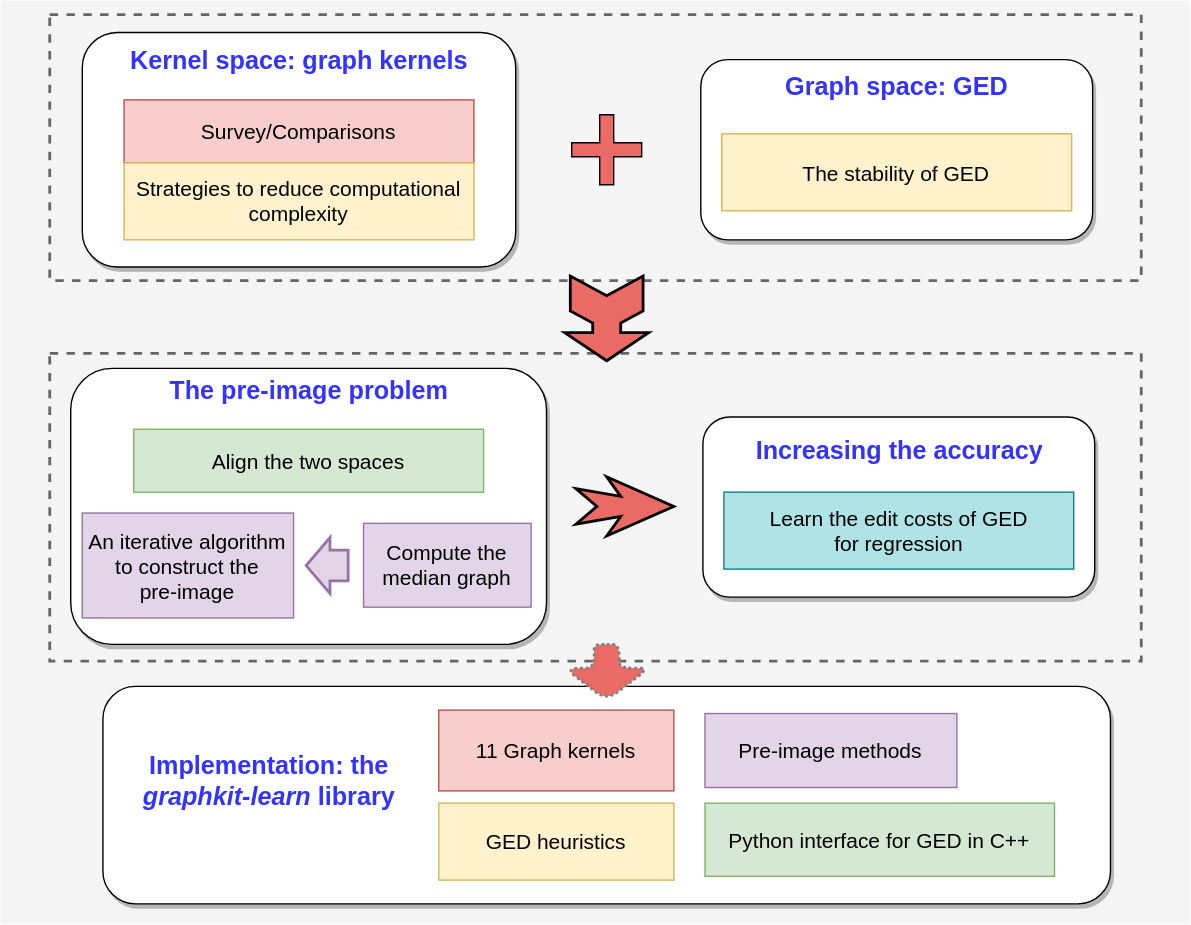
Earlier version of the draw.io export conclusion.svg (jajupmochi/phd_thesis). Source tidied: cells renumbered, new cells last; positions are measured from the earlier drawing's top-left corner, leaving out a move shared by most shapes.
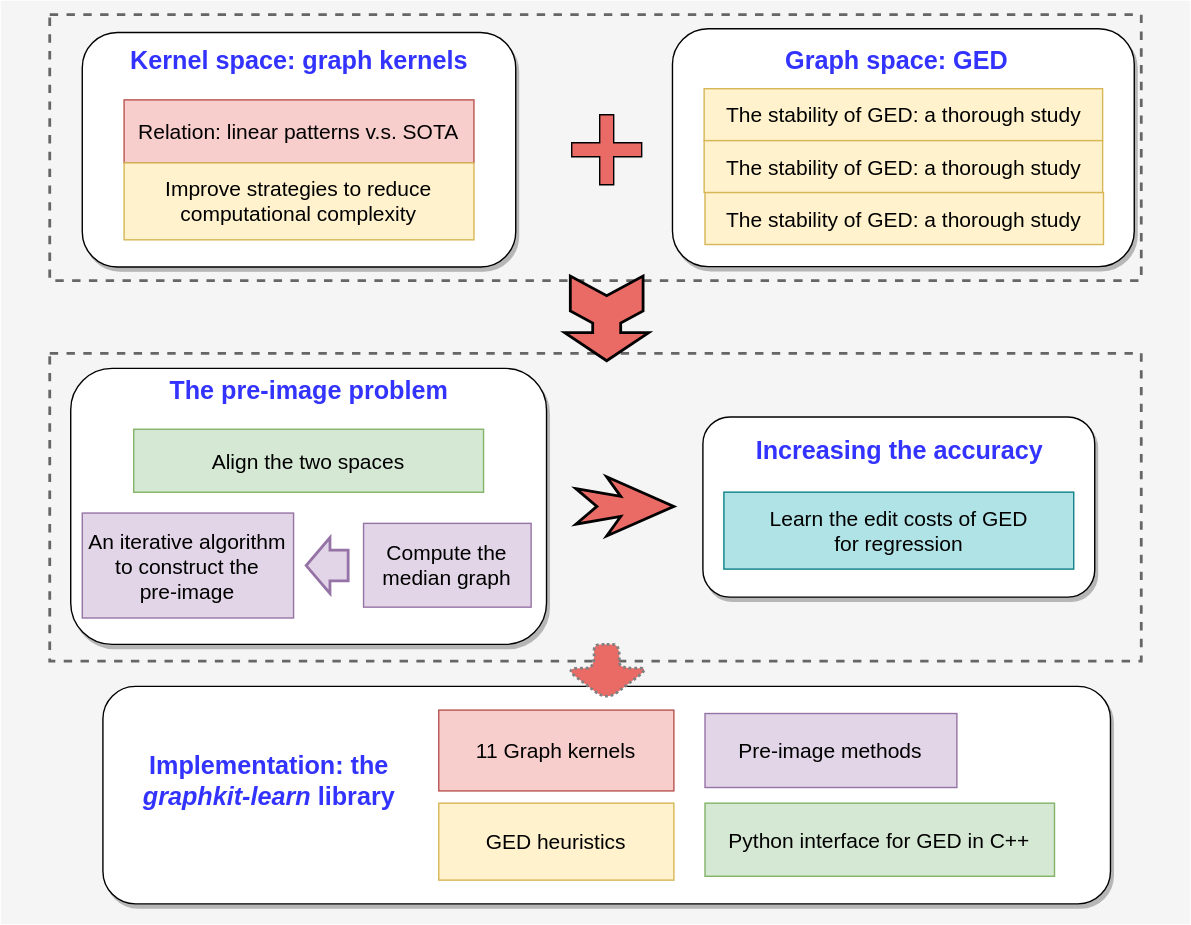
Later version of the same file.

Diff of the diagram source:
```diff
@@ -14,20 +14,20 @@
     <mxCell id="5" value="&lt;h1 style=&quot;font-size: 18px&quot;&gt;Kernel space: graph kernels&lt;br&gt;&lt;/h1&gt;" style="text;html=1;strokeColor=none;fillColor=none;spacing=5;spacingTop=-20;whiteSpace=wrap;overflow=hidden;rounded=0;shadow=1;glass=0;dashed=1;sketch=0;align=center;verticalAlign=middle;fontColor=#3333FF;" parent="1" vertex="1">
       <mxGeometry x="61.9" y="18.1" width="302.5" height="70" as="geometry" />
     </mxCell>
-    <mxCell id="6" value="&lt;font style=&quot;font-size: 15px&quot;&gt;Survey/Comparisons&lt;/font&gt;" style="text;html=1;align=center;verticalAlign=middle;whiteSpace=wrap;rounded=0;shadow=0;glass=0;sketch=0;fillColor=#f8cecc;strokeColor=#b85450;" parent="1" vertex="1">
+    <mxCell id="6" value="&lt;font style=&quot;font-size: 15px&quot;&gt;Relation: linear patterns v.s. SOTA&lt;br&gt;&lt;/font&gt;" style="text;html=1;align=center;verticalAlign=middle;whiteSpace=wrap;rounded=0;shadow=0;glass=0;sketch=0;fillColor=#f8cecc;strokeColor=#b85450;" parent="1" vertex="1">
       <mxGeometry x="88.1" y="70.9" width="250" height="45" as="geometry" />
     </mxCell>
-    <mxCell id="7" value="&lt;div&gt;&lt;font style=&quot;font-size: 15px&quot;&gt;Strategies to reduce computational&lt;/font&gt;&lt;/div&gt;&lt;div&gt;&lt;font style=&quot;font-size: 15px&quot;&gt; complexity&lt;/font&gt;&lt;/div&gt;" style="text;html=1;align=center;verticalAlign=middle;whiteSpace=wrap;rounded=0;shadow=0;glass=0;sketch=0;fillColor=#fff2cc;strokeColor=#d6b656;" parent="1" vertex="1">
+    <mxCell id="7" value="&lt;div&gt;&lt;font style=&quot;font-size: 15px&quot;&gt;Improve strategies to reduce&lt;/font&gt;&lt;/div&gt;&lt;div&gt;&lt;font style=&quot;font-size: 15px&quot;&gt;computational &lt;/font&gt;&lt;font style=&quot;font-size: 15px&quot;&gt;complexity&lt;/font&gt;&lt;/div&gt;" style="text;html=1;align=center;verticalAlign=middle;whiteSpace=wrap;rounded=0;shadow=0;glass=0;sketch=0;fillColor=#fff2cc;strokeColor=#d6b656;" parent="1" vertex="1">
       <mxGeometry x="88.1" y="115.9" width="250" height="55" as="geometry" />
     </mxCell>
     <mxCell id="8" style="rounded=1;whiteSpace=wrap;html=1;shadow=1;glass=0;sketch=0;strokeColor=#000000;fillColor=#ffffff;align=left;" parent="1" vertex="1">
-      <mxGeometry x="500.2" y="42.1" width="280" height="128.8" as="geometry" />
+      <mxGeometry x="480" y="20" width="330" height="170" as="geometry" />
     </mxCell>
     <mxCell id="9" value="&lt;h1 style=&quot;font-size: 18px&quot;&gt;Graph space: GED&lt;br&gt;&lt;/h1&gt;" style="text;html=1;strokeColor=none;fillColor=none;spacing=5;spacingTop=-20;whiteSpace=wrap;overflow=hidden;rounded=0;shadow=1;glass=0;dashed=1;sketch=0;align=center;verticalAlign=middle;fontColor=#3333FF;" parent="1" vertex="1">
-      <mxGeometry x="489" y="37.2" width="302.5" height="70" as="geometry" />
+      <mxGeometry x="489" y="18.1" width="302.5" height="70" as="geometry" />
     </mxCell>
-    <mxCell id="10" value="&lt;font style=&quot;font-size: 15px&quot;&gt;The stability of GED&lt;/font&gt;" style="text;html=1;align=center;verticalAlign=middle;whiteSpace=wrap;rounded=0;shadow=0;glass=0;sketch=0;fillColor=#fff2cc;strokeColor=#d6b656;" parent="1" vertex="1">
-      <mxGeometry x="515.2" y="95.1" width="250" height="55" as="geometry" />
+    <mxCell id="10" value="&lt;div&gt;&lt;font style=&quot;font-size: 15px&quot;&gt;The stability of GED: a thorough study&lt;/font&gt;&lt;/div&gt;" style="text;html=1;align=center;verticalAlign=middle;whiteSpace=wrap;rounded=0;shadow=0;glass=0;sketch=0;fillColor=#fff2cc;strokeColor=#d6b656;" parent="1" vertex="1">
+      <mxGeometry x="502.6" y="62.9" width="284.8" height="37.1" as="geometry" />
     </mxCell>
     <mxCell id="11" style="shape=cross;whiteSpace=wrap;html=1;rounded=1;shadow=0;glass=0;sketch=0;fontColor=#3333FF;strokeColor=#000000;fillColor=#EA6B66;align=center;verticalAlign=middle;" parent="1" vertex="1">
       <mxGeometry x="408" y="81.5" width="50" height="50" as="geometry" />
@@ -89,5 +89,11 @@
     <mxCell id="30" style="shape=singleArrow;direction=south;whiteSpace=wrap;html=1;rounded=1;shadow=0;glass=0;sketch=0;fontColor=#3333FF;fillColor=#EA6B66;align=center;verticalAlign=middle;arrowWidth=0.3;arrowSize=0.575;dashed=1;strokeWidth=2;strokeColor=#808080;dashPattern=1 1;" parent="1" vertex="1">
       <mxGeometry x="403" y="460" width="60" height="40" as="geometry" />
     </mxCell>
+    <mxCell id="31" value="&lt;div&gt;&lt;font style=&quot;font-size: 15px&quot;&gt;The stability of GED: a thorough study&lt;/font&gt;&lt;/div&gt;" style="text;html=1;align=center;verticalAlign=middle;whiteSpace=wrap;rounded=0;shadow=0;glass=0;sketch=0;fillColor=#fff2cc;strokeColor=#d6b656;" parent="1" vertex="1">
+      <mxGeometry x="502.6" y="100" width="284.8" height="37.1" as="geometry" />
+    </mxCell>
+    <mxCell id="32" value="&lt;div&gt;&lt;font style=&quot;font-size: 15px&quot;&gt;The stability of GED: a thorough study&lt;/font&gt;&lt;/div&gt;" style="text;html=1;align=center;verticalAlign=middle;whiteSpace=wrap;rounded=0;shadow=0;glass=0;sketch=0;fillColor=#fff2cc;strokeColor=#d6b656;" parent="1" vertex="1">
+      <mxGeometry x="503.2" y="137.1" width="284.8" height="37.1" as="geometry" />
+    </mxCell>
   </root>
 </mxGraphModel>
```
